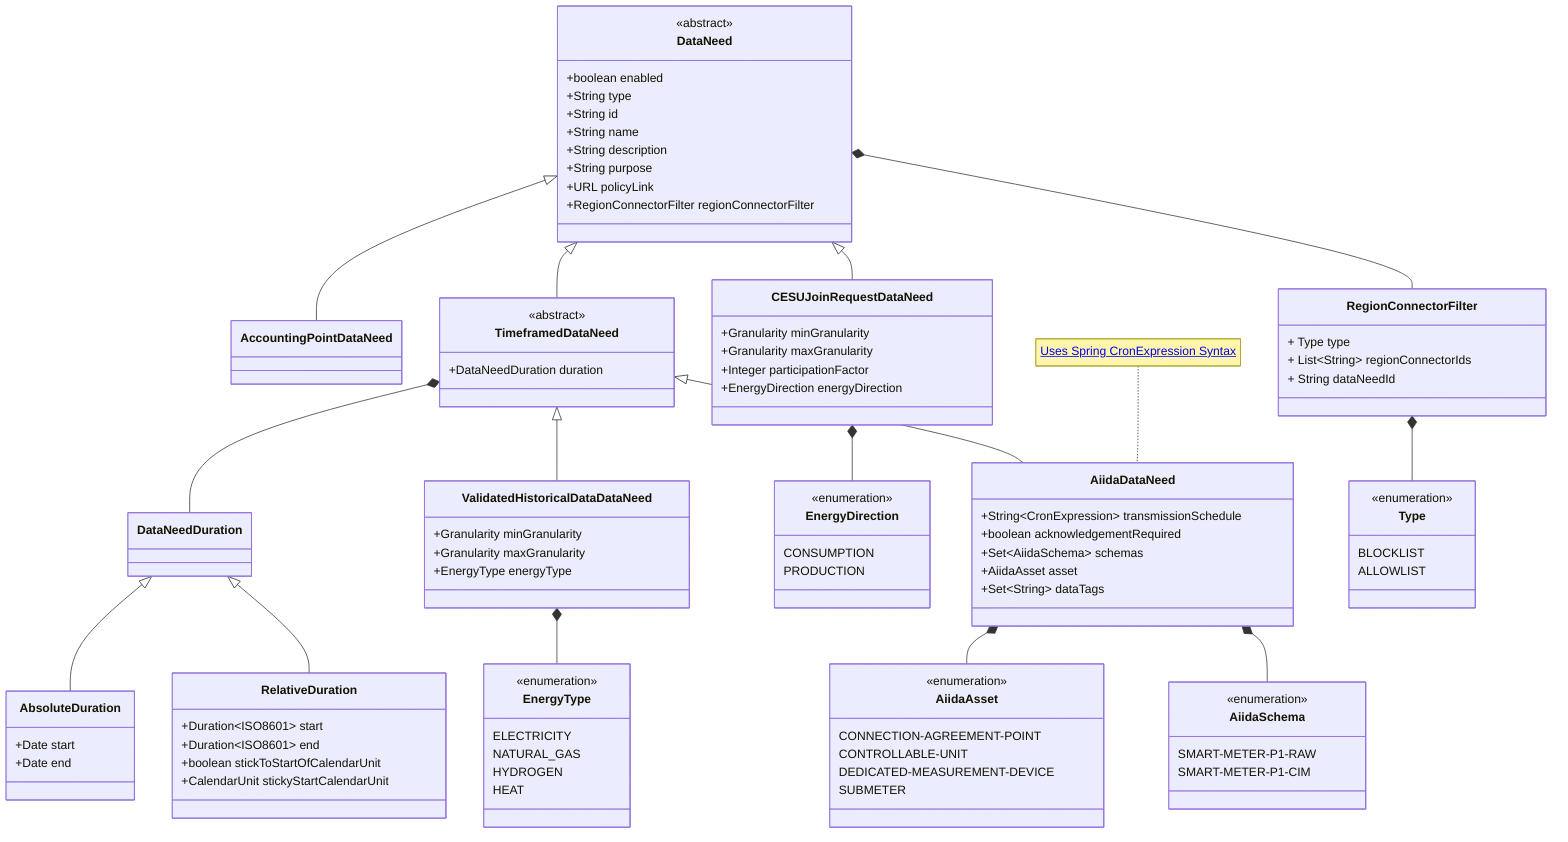
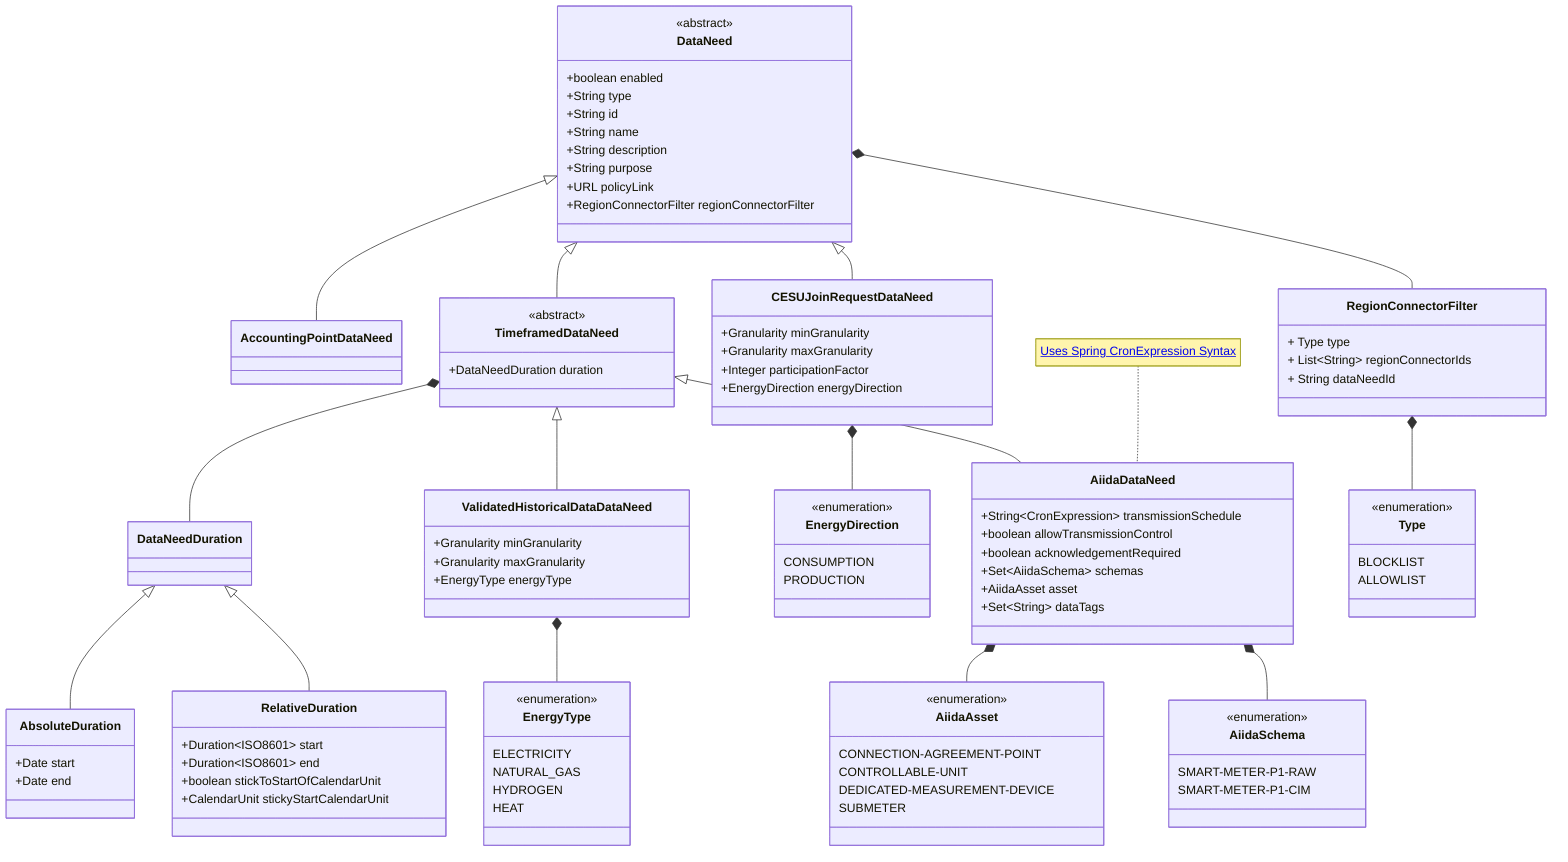
%% SPDX-FileCopyrightText: 2025 The EDDIE Developers <eddie.developers@fh-hagenberg.at>
%% SPDX-License-Identifier: Apache-2.0
classDiagram
    class DataNeed {
        <<abstract>>
        +boolean enabled
        +String type
        +String id
        +String name
        +String description
        +String purpose
        +URL policyLink
        +RegionConnectorFilter regionConnectorFilter
    }

    class AccountingPointDataNeed

    class TimeframedDataNeed {
        <<abstract>>
        +DataNeedDuration duration
    }

    class ValidatedHistoricalDataDataNeed {
        +Granularity minGranularity
        +Granularity maxGranularity
        +EnergyType energyType
    }

    class AiidaDataNeed {
        +String~CronExpression~ transmissionSchedule
+         +boolean allowTransmissionControl
        +boolean acknowledgementRequired
        +Set~AiidaSchema~ schemas
        +AiidaAsset asset
        +Set~String~ dataTags
    }
    note for AiidaDataNeed "<a href='https://docs.spring.io/spring-framework/docs/current/javadoc-api/org/springframework/scheduling/support/CronExpression.html'>Uses Spring CronExpression Syntax</a>"

    class CESUJoinRequestDataNeed {
        +Granularity minGranularity
        +Granularity maxGranularity
        +Integer participationFactor
        +EnergyDirection energyDirection
    }
    class EnergyDirection {
        <<enumeration>>
        CONSUMPTION
        PRODUCTION
    }

    class EnergyType {
        <<enumeration>>
        ELECTRICITY
        NATURAL_GAS
        HYDROGEN
        HEAT
    }

    class AiidaSchema {
        <<enumeration>>
        SMART-METER-P1-RAW
        SMART-METER-P1-CIM
    }

    class AiidaAsset {
        <<enumeration>>
        CONNECTION-AGREEMENT-POINT
        CONTROLLABLE-UNIT
        DEDICATED-MEASUREMENT-DEVICE
        SUBMETER
    }

    class DataNeedDuration

    class RelativeDuration {
        +Duration~ISO8601~ start
        +Duration~ISO8601~ end
        +boolean stickToStartOfCalendarUnit
        +CalendarUnit stickyStartCalendarUnit
    }

    class AbsoluteDuration {
        +Date start
        +Date end
    }
    class RegionConnectorFilter {
        + Type type
        + List~String~ regionConnectorIds
        + String dataNeedId
    }
    class Type {
        <<enumeration>>
        BLOCKLIST
        ALLOWLIST
    }

    DataNeed <|-- AccountingPointDataNeed
    DataNeed <|-- TimeframedDataNeed
    TimeframedDataNeed *-- DataNeedDuration
    TimeframedDataNeed <|-- ValidatedHistoricalDataDataNeed
    ValidatedHistoricalDataDataNeed *-- EnergyType
    DataNeedDuration <|-- AbsoluteDuration
    DataNeedDuration <|-- RelativeDuration
    AiidaDataNeed *-- AiidaAsset
    AiidaDataNeed *-- AiidaSchema
    TimeframedDataNeed <|-- AiidaDataNeed
    DataNeed <|-- CESUJoinRequestDataNeed
    CESUJoinRequestDataNeed *-- EnergyDirection
    DataNeed *-- RegionConnectorFilter
    RegionConnectorFilter *-- Type
